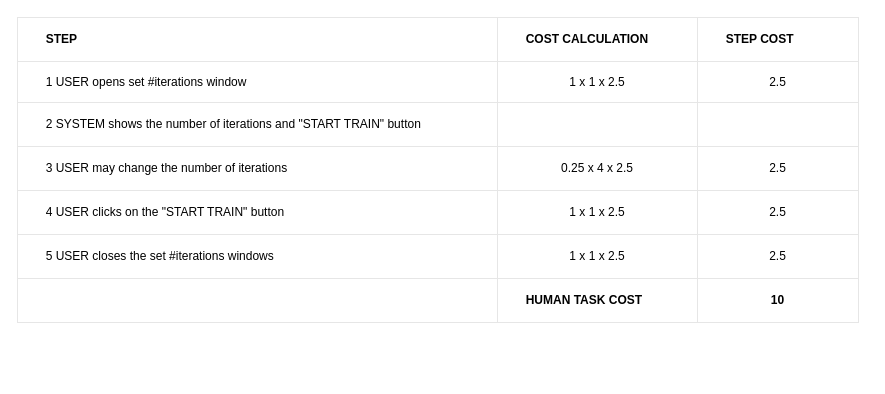
BaffoBello14/AutomaticDamagesRecognition keeps this draw.io diagram as label samples (Bello)/label_sample_table.drawio. Above is the earlier version. Source tidied: cells renumbered, new cells numbered last; positions are measured from the earlier drawing's top-left corner, leaving out a move shared by most shapes. Both pictures are drawn from the tidied source at 100%, with x=0, y=0 at pixel (17, 17).
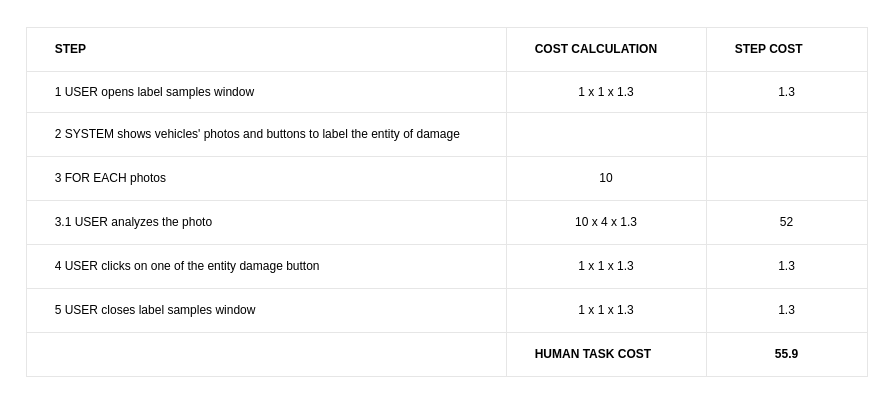
After the change.

Commit message:
add label sample table

Diff of the diagram source:
```diff
@@
-    <mxCell id="2" style="childLayout=tableLayout;shadow=0;strokeColor=#E6E6E6;align=center;" parent="1" vertex="1">
-      <mxGeometry width="841" height="305" as="geometry" />
-    </mxCell>
+    <mxCell id="31" style="childLayout=tableLayout;shadow=0;strokeColor=#E6E6E6;align=center;" parent="1" vertex="1">
+      <mxGeometry x="9" y="10" width="841" height="349" as="geometry" />
+    </mxCell>
-    <mxCell id="3" style="shape=tableRow;horizontal=0;startSize=0;swimlaneHead=0;swimlaneBody=0;top=0;left=0;bottom=0;right=0;fontStyle=0;fillColor=none;strokeColor=inherit;" parent="2" vertex="1">
+    <mxCell id="3" style="shape=tableRow;horizontal=0;startSize=0;swimlaneHead=0;swimlaneBody=0;top=0;left=0;bottom=0;right=0;fontStyle=0;fillColor=none;strokeColor=inherit;" parent="31" vertex="1">
       <mxGeometry width="841" height="44" as="geometry" />
     </mxCell>
@@
-    <mxCell id="7" style="shape=tableRow;horizontal=0;startSize=0;swimlaneHead=0;swimlaneBody=0;top=0;left=0;bottom=0;right=0;fontStyle=0;fillColor=none;strokeColor=inherit;align=left;" parent="2" vertex="1">
+    <mxCell id="7" style="shape=tableRow;horizontal=0;startSize=0;swimlaneHead=0;swimlaneBody=0;top=0;left=0;bottom=0;right=0;fontStyle=0;fillColor=none;strokeColor=inherit;align=left;" parent="31" vertex="1">
       <mxGeometry y="44" width="841" height="41" as="geometry" />
     </mxCell>
-    <mxCell id="8" value="&lt;span style=&quot;white-space: pre;&quot;&gt;&#9;&lt;/span&gt;1 USER opens set #iterations window&amp;nbsp;" style="strokeColor=inherit;fillColor=none;align=left;whiteSpace=wrap;html=1;" parent="7" vertex="1">
-      <mxGeometry width="480" height="41" as="geometry" />
-    </mxCell>
-    <mxCell id="9" value="1 x 1 x 2.5" style="strokeColor=inherit;fillColor=none;align=center;whiteSpace=wrap;html=1;" parent="7" vertex="1">
-      <mxGeometry x="480" width="200" height="41" as="geometry" />
-    </mxCell>
-    <mxCell id="10" value="2.5" style="strokeColor=inherit;fillColor=none;align=center;whiteSpace=wrap;html=1;" parent="7" vertex="1">
-      <mxGeometry x="680" width="161" height="41" as="geometry" />
-    </mxCell>
+    <mxCell id="32" value="&lt;span style=&quot;white-space: pre;&quot;&gt;&#9;&lt;/span&gt;1 USER opens label samples window" style="strokeColor=inherit;fillColor=none;align=left;whiteSpace=wrap;html=1;" parent="7" vertex="1">
+      <mxGeometry width="480" height="41" as="geometry" />
+    </mxCell>
+    <mxCell id="33" value="1 x 1 x 1.3" style="strokeColor=inherit;fillColor=none;align=center;whiteSpace=wrap;html=1;" parent="7" vertex="1">
+      <mxGeometry x="480" width="200" height="41" as="geometry" />
+    </mxCell>
+    <mxCell id="34" value="1.3" style="strokeColor=inherit;fillColor=none;align=center;whiteSpace=wrap;html=1;" parent="7" vertex="1">
+      <mxGeometry x="680" width="161" height="41" as="geometry" />
+    </mxCell>
-    <mxCell id="11" style="shape=tableRow;horizontal=0;startSize=0;swimlaneHead=0;swimlaneBody=0;top=0;left=0;bottom=0;right=0;fontStyle=0;fillColor=none;strokeColor=inherit;" parent="2" vertex="1">
+    <mxCell id="11" style="shape=tableRow;horizontal=0;startSize=0;swimlaneHead=0;swimlaneBody=0;top=0;left=0;bottom=0;right=0;fontStyle=0;fillColor=none;strokeColor=inherit;" parent="31" vertex="1">
       <mxGeometry y="85" width="841" height="44" as="geometry" />
     </mxCell>
-    <mxCell id="12" value="&lt;span style=&quot;white-space: pre;&quot;&gt;&#9;&lt;/span&gt;2 SYSTEM shows the number of iterations and &quot;START TRAIN&quot; button" style="strokeColor=inherit;fillColor=none;align=left;whiteSpace=wrap;html=1;" parent="11" vertex="1">
-      <mxGeometry width="480" height="44" as="geometry" />
-    </mxCell>
+    <mxCell id="35" value="&lt;span style=&quot;white-space: pre;&quot;&gt;&#9;&lt;/span&gt;2 SYSTEM shows vehicles' photos and buttons to label the entity of damage" style="strokeColor=inherit;fillColor=none;align=left;whiteSpace=wrap;html=1;" parent="11" vertex="1">
+      <mxGeometry width="480" height="44" as="geometry" />
+    </mxCell>
@@
-    <mxCell id="15" style="shape=tableRow;horizontal=0;startSize=0;swimlaneHead=0;swimlaneBody=0;top=0;left=0;bottom=0;right=0;fontStyle=0;fillColor=none;strokeColor=inherit;" parent="2" vertex="1">
+    <mxCell id="15" style="shape=tableRow;horizontal=0;startSize=0;swimlaneHead=0;swimlaneBody=0;top=0;left=0;bottom=0;right=0;fontStyle=0;fillColor=none;strokeColor=inherit;" parent="31" vertex="1">
       <mxGeometry y="129" width="841" height="44" as="geometry" />
     </mxCell>
-    <mxCell id="16" value="&lt;span style=&quot;white-space: pre;&quot;&gt;&#9;&lt;/span&gt;3&amp;nbsp;USER may change the number of iterations" style="strokeColor=inherit;fillColor=none;align=left;whiteSpace=wrap;html=1;" parent="15" vertex="1">
-      <mxGeometry width="480" height="44" as="geometry" />
-    </mxCell>
-    <mxCell id="17" value="0.25 x 4 x 2.5" style="strokeColor=inherit;fillColor=none;align=center;whiteSpace=wrap;html=1;" parent="15" vertex="1">
-      <mxGeometry x="480" width="200" height="44" as="geometry" />
-    </mxCell>
-    <mxCell id="18" value="2.5" style="strokeColor=inherit;fillColor=none;align=center;whiteSpace=wrap;html=1;" parent="15" vertex="1">
-      <mxGeometry x="680" width="161" height="44" as="geometry" />
-    </mxCell>
+    <mxCell id="36" value="&lt;span style=&quot;white-space: pre;&quot;&gt;&#9;&lt;/span&gt;3 FOR EACH photos" style="strokeColor=inherit;fillColor=none;align=left;whiteSpace=wrap;html=1;" parent="15" vertex="1">
+      <mxGeometry width="480" height="44" as="geometry" />
+    </mxCell>
+    <mxCell id="30" value="10" style="strokeColor=inherit;fillColor=none;align=center;whiteSpace=wrap;html=1;" parent="15" vertex="1">
+      <mxGeometry x="480" width="200" height="44" as="geometry" />
+    </mxCell>
+    <mxCell id="37" style="strokeColor=inherit;fillColor=none;align=center;whiteSpace=wrap;html=1;" parent="15" vertex="1">
+      <mxGeometry x="680" width="161" height="44" as="geometry" />
+    </mxCell>
-    <mxCell id="19" style="shape=tableRow;horizontal=0;startSize=0;swimlaneHead=0;swimlaneBody=0;top=0;left=0;bottom=0;right=0;fontStyle=0;fillColor=none;strokeColor=inherit;" parent="2" vertex="1">
+    <mxCell id="19" style="shape=tableRow;horizontal=0;startSize=0;swimlaneHead=0;swimlaneBody=0;top=0;left=0;bottom=0;right=0;fontStyle=0;fillColor=none;strokeColor=inherit;" parent="31" vertex="1">
       <mxGeometry y="173" width="841" height="44" as="geometry" />
     </mxCell>
-    <mxCell id="20" value="&lt;span style=&quot;&quot;&gt;&lt;span style=&quot;white-space: pre;&quot;&gt;&amp;nbsp;&amp;nbsp;&amp;nbsp;&amp;nbsp;&lt;span style=&quot;white-space: pre;&quot;&gt;&#9;&lt;/span&gt;4&lt;/span&gt;&lt;/span&gt;&amp;nbsp;USER clicks on the &quot;START TRAIN&quot; button" style="strokeColor=inherit;fillColor=none;align=left;whiteSpace=wrap;html=1;" parent="19" vertex="1">
-      <mxGeometry width="480" height="44" as="geometry" />
-    </mxCell>
-    <mxCell id="21" value="1 x 1 x 2.5" style="strokeColor=inherit;fillColor=none;align=center;whiteSpace=wrap;html=1;" parent="19" vertex="1">
-      <mxGeometry x="480" width="200" height="44" as="geometry" />
-    </mxCell>
-    <mxCell id="22" value="2.5" style="strokeColor=inherit;fillColor=none;align=center;whiteSpace=wrap;html=1;" parent="19" vertex="1">
-      <mxGeometry x="680" width="161" height="44" as="geometry" />
-    </mxCell>
+    <mxCell id="38" value="&lt;span style=&quot;&quot;&gt;&#9;&lt;/span&gt;&lt;span style=&quot;white-space: pre;&quot;&gt;&#9;&lt;/span&gt;3.1 USER analyzes the photo" style="strokeColor=inherit;fillColor=none;align=left;whiteSpace=wrap;html=1;" parent="19" vertex="1">
+      <mxGeometry width="480" height="44" as="geometry" />
+    </mxCell>
+    <mxCell id="39" value="10 x 4 x 1.3" style="strokeColor=inherit;fillColor=none;align=center;whiteSpace=wrap;html=1;" parent="19" vertex="1">
+      <mxGeometry x="480" width="200" height="44" as="geometry" />
+    </mxCell>
+    <mxCell id="40" value="52" style="strokeColor=inherit;fillColor=none;align=center;whiteSpace=wrap;html=1;" parent="19" vertex="1">
+      <mxGeometry x="680" width="161" height="44" as="geometry" />
+    </mxCell>
-    <mxCell id="23" style="shape=tableRow;horizontal=0;startSize=0;swimlaneHead=0;swimlaneBody=0;top=0;left=0;bottom=0;right=0;fontStyle=0;fillColor=none;strokeColor=inherit;" parent="2" vertex="1">
+    <mxCell id="23" style="shape=tableRow;horizontal=0;startSize=0;swimlaneHead=0;swimlaneBody=0;top=0;left=0;bottom=0;right=0;fontStyle=0;fillColor=none;strokeColor=inherit;" parent="31" vertex="1">
       <mxGeometry y="217" width="841" height="44" as="geometry" />
     </mxCell>
-    <mxCell id="24" value="&lt;span style=&quot;white-space: pre;&quot;&gt;&#9;&lt;/span&gt;5&amp;nbsp;USER closes the set #iterations windows" style="strokeColor=inherit;fillColor=none;align=left;whiteSpace=wrap;html=1;" parent="23" vertex="1">
-      <mxGeometry width="480" height="44" as="geometry" />
-    </mxCell>
-    <mxCell id="25" value="1 x 1 x 2.5" style="strokeColor=inherit;fillColor=none;align=center;whiteSpace=wrap;html=1;" parent="23" vertex="1">
-      <mxGeometry x="480" width="200" height="44" as="geometry" />
-    </mxCell>
-    <mxCell id="26" value="2.5" style="strokeColor=inherit;fillColor=none;align=center;whiteSpace=wrap;html=1;" parent="23" vertex="1">
-      <mxGeometry x="680" width="161" height="44" as="geometry" />
-    </mxCell>
+    <mxCell id="41" value="&lt;span style=&quot;&quot;&gt;&lt;span style=&quot;white-space: pre;&quot;&gt;&amp;nbsp;&amp;nbsp;&amp;nbsp;&amp;nbsp;&lt;span style=&quot;white-space: pre;&quot;&gt;&#9;&lt;/span&gt;4&lt;/span&gt;&lt;/span&gt;&amp;nbsp;USER clicks on one of the entity damage button" style="strokeColor=inherit;fillColor=none;align=left;whiteSpace=wrap;html=1;" parent="23" vertex="1">
+      <mxGeometry width="480" height="44" as="geometry" />
+    </mxCell>
+    <mxCell id="42" value="1 x 1 x 1.3" style="strokeColor=inherit;fillColor=none;align=center;whiteSpace=wrap;html=1;" parent="23" vertex="1">
+      <mxGeometry x="480" width="200" height="44" as="geometry" />
+    </mxCell>
+    <mxCell id="43" value="1.3" style="strokeColor=inherit;fillColor=none;align=center;whiteSpace=wrap;html=1;" parent="23" vertex="1">
+      <mxGeometry x="680" width="161" height="44" as="geometry" />
+    </mxCell>
-    <mxCell id="27" style="shape=tableRow;horizontal=0;startSize=0;swimlaneHead=0;swimlaneBody=0;top=0;left=0;bottom=0;right=0;fontStyle=0;fillColor=none;strokeColor=inherit;" parent="2" vertex="1">
+    <mxCell id="27" style="shape=tableRow;horizontal=0;startSize=0;swimlaneHead=0;swimlaneBody=0;top=0;left=0;bottom=0;right=0;fontStyle=0;fillColor=none;strokeColor=inherit;" parent="31" vertex="1">
       <mxGeometry y="261" width="841" height="44" as="geometry" />
     </mxCell>
+    <mxCell id="44" value="&lt;span style=&quot;white-space: pre;&quot;&gt;&#9;&lt;/span&gt;5 USER closes label samples window" style="strokeColor=inherit;fillColor=none;align=left;whiteSpace=wrap;html=1;" parent="27" vertex="1">
+      <mxGeometry width="480" height="44" as="geometry" />
+    </mxCell>
+    <mxCell id="45" value="1 x 1 x 1.3" style="strokeColor=inherit;fillColor=none;align=center;whiteSpace=wrap;html=1;" parent="27" vertex="1">
+      <mxGeometry x="480" width="200" height="44" as="geometry" />
+    </mxCell>
+    <mxCell id="46" value="1.3" style="strokeColor=inherit;fillColor=none;align=center;whiteSpace=wrap;html=1;" parent="27" vertex="1">
+      <mxGeometry x="680" width="161" height="44" as="geometry" />
+    </mxCell>
+    <mxCell id="47" style="shape=tableRow;horizontal=0;startSize=0;swimlaneHead=0;swimlaneBody=0;top=0;left=0;bottom=0;right=0;fontStyle=0;fillColor=none;strokeColor=inherit;" parent="31" vertex="1">
+      <mxGeometry y="305" width="841" height="44" as="geometry" />
+    </mxCell>
-    <mxCell id="28" style="strokeColor=inherit;fillColor=none;align=left;whiteSpace=wrap;html=1;" parent="27" vertex="1">
+    <mxCell id="28" style="strokeColor=inherit;fillColor=none;align=left;whiteSpace=wrap;html=1;" parent="47" vertex="1">
       <mxGeometry width="480" height="44" as="geometry" />
     </mxCell>
-    <mxCell id="29" value="&#9;&lt;span style=&quot;font-weight: 700;&quot;&gt;&lt;span style=&quot;white-space: pre;&quot;&gt;&#9;&lt;/span&gt;HUMAN TASK COST&lt;/span&gt;" style="strokeColor=inherit;fillColor=none;align=left;whiteSpace=wrap;html=1;" parent="27" vertex="1">
+    <mxCell id="29" value="&#9;&lt;span style=&quot;font-weight: 700;&quot;&gt;&lt;span style=&quot;white-space: pre;&quot;&gt;&#9;&lt;/span&gt;HUMAN TASK COST&lt;/span&gt;" style="strokeColor=inherit;fillColor=none;align=left;whiteSpace=wrap;html=1;" parent="47" vertex="1">
       <mxGeometry x="480" width="200" height="44" as="geometry" />
     </mxCell>
-    <mxCell id="30" value="&lt;b&gt;10&lt;/b&gt;" style="strokeColor=inherit;fillColor=none;align=center;whiteSpace=wrap;html=1;" parent="27" vertex="1">
-      <mxGeometry x="680" width="161" height="44" as="geometry" />
-    </mxCell>
+    <mxCell id="48" value="&lt;b&gt;55.9&lt;/b&gt;" style="strokeColor=inherit;fillColor=none;align=center;whiteSpace=wrap;html=1;" parent="47" vertex="1">
+      <mxGeometry x="680" width="161" height="44" as="geometry" />
+    </mxCell>
```
